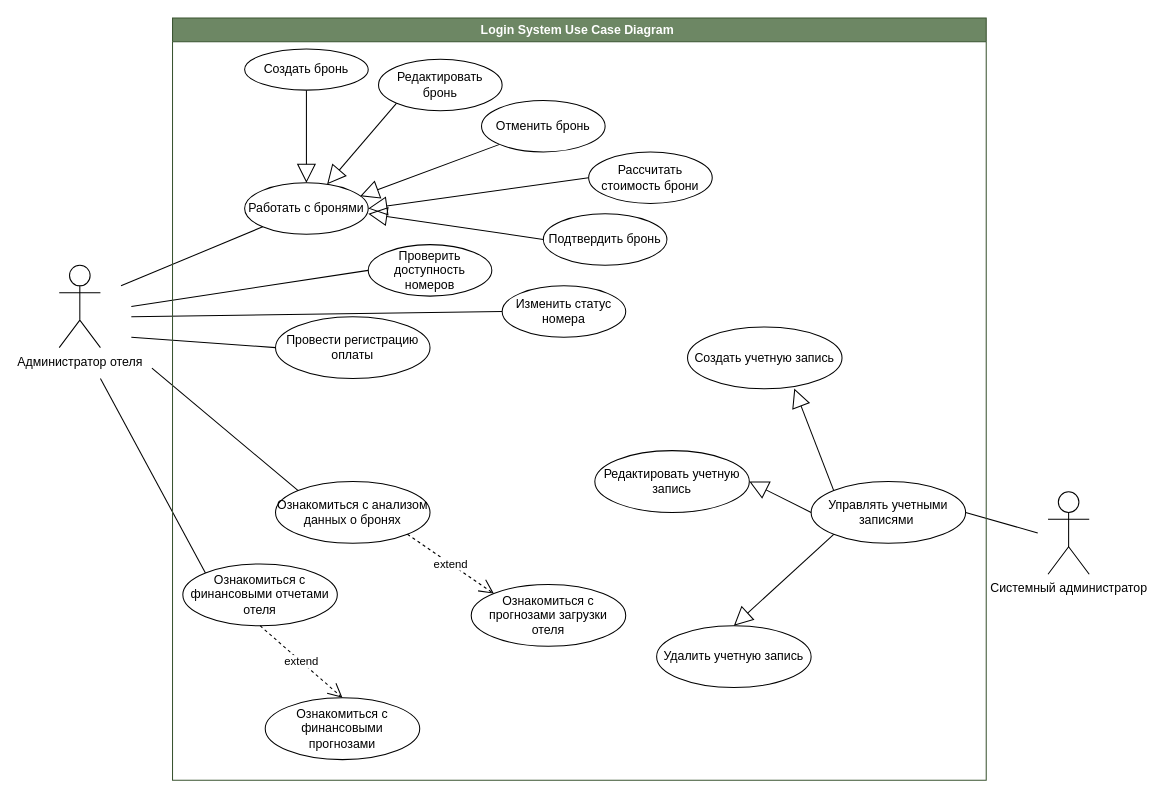
Earlier version of the draw.io diagram Диаграмма вариантов использования.drawio (glycineforte/hotel_arm). Source tidied: cells renumbered, new cells numbered last; positions are measured from the earlier drawing's top-left corner, leaving out a move shared by most shapes. Both pictures are drawn from the tidied source at 103%, with x=0, y=0 at pixel (59, 18).
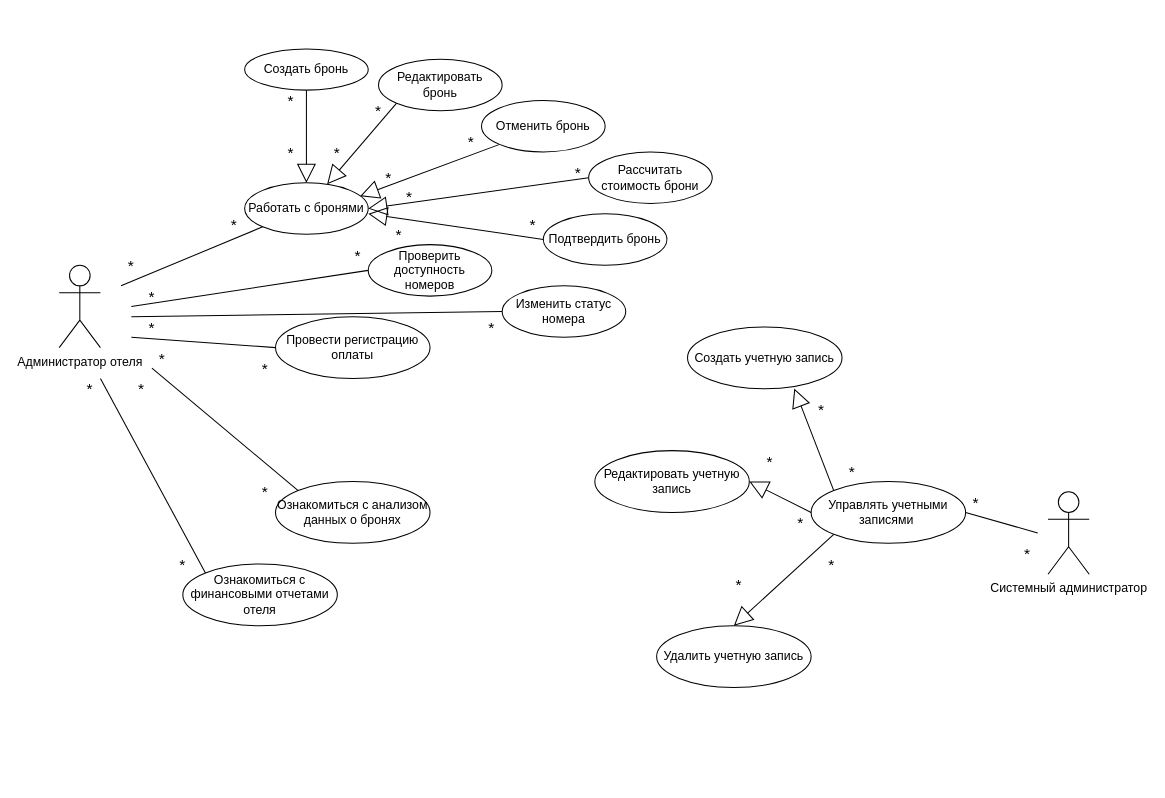
The same page after the edit.

Unchanged cells that the change refers to:
```xml
<mxCell id="7" value="Ознакомиться с анализом данных о бронях" style="ellipse;whiteSpace=wrap;html=1;" parent="1" vertex="1">
  <mxGeometry x="210" y="450" width="150" height="60" as="geometry" />
</mxCell>
<mxCell id="9" value="Ознакомиться с финансовыми отчетами отеля" style="ellipse;whiteSpace=wrap;html=1;" parent="1" vertex="1">
  <mxGeometry x="120" y="530" width="150" height="60" as="geometry" />
</mxCell>
```

The edit, as a diff of the source:
```diff
@@
-    <mxCell id="8" value="Ознакомиться с прогнозами загрузки отеля" style="ellipse;whiteSpace=wrap;html=1;" parent="1" vertex="1">
-      <mxGeometry x="400" y="550" width="150" height="60" as="geometry" />
-    </mxCell>
@@
-    <mxCell id="10" value="Ознакомиться с финансовыми &lt;br&gt;прогнозами" style="ellipse;whiteSpace=wrap;html=1;" parent="1" vertex="1">
-      <mxGeometry x="200" y="660" width="150" height="60" as="geometry" />
-    </mxCell>
@@
-    <mxCell id="24" value="extend" style="endArrow=open;endSize=12;dashed=1;html=1;rounded=0;exitX=0.5;exitY=1;exitDx=0;exitDy=0;entryX=0.5;entryY=0;entryDx=0;entryDy=0;" parent="1" edge="1" source="9" target="10">
-      <mxGeometry relative="1" as="geometry" />
-    </mxCell>
@@
-    <mxCell id="26" value="extend" style="endArrow=open;endSize=12;dashed=1;html=1;rounded=0;exitX=1;exitY=1;exitDx=0;exitDy=0;entryX=0;entryY=0;entryDx=0;entryDy=0;" parent="1" edge="1" source="7" target="8">
-      <mxGeometry relative="1" as="geometry" />
-    </mxCell>
@@
-    <mxCell id="31" value="Login System Use Case Diagram&amp;nbsp;" style="swimlane;whiteSpace=wrap;html=1;fillColor=#6d8764;fontColor=#ffffff;strokeColor=#3A5431;" parent="1" vertex="1">
-      <mxGeometry x="110" width="790" height="740" as="geometry" />
-    </mxCell>
+    <mxCell id="38" style="endArrow=block;endSize=16;endFill=0;html=1;rounded=0;exitX=0;exitY=0.5;exitDx=0;exitDy=0;" parent="1" edge="1" source="33">
+      <mxGeometry relative="1" as="geometry">
+        <mxPoint x="300" y="190" as="targetPoint" />
+      </mxGeometry>
+    </mxCell>
-    <mxCell id="32" value="Провести регистрацию оплаты" style="ellipse;whiteSpace=wrap;html=1;" parent="31" vertex="1">
-      <mxGeometry x="100" y="290" width="150" height="60" as="geometry" />
+    <mxCell id="32" value="Провести регистрацию оплаты" style="ellipse;whiteSpace=wrap;html=1;" parent="1" vertex="1">
+      <mxGeometry x="210" y="290" width="150" height="60" as="geometry" />
     </mxCell>
-    <mxCell id="33" value="Подтвердить бронь" style="ellipse;whiteSpace=wrap;html=1;" parent="31" vertex="1">
-      <mxGeometry x="360" y="190" width="120" height="50" as="geometry" />
+    <mxCell id="33" value="Подтвердить бронь" style="ellipse;whiteSpace=wrap;html=1;" parent="1" vertex="1">
+      <mxGeometry x="470" y="190" width="120" height="50" as="geometry" />
     </mxCell>
-    <mxCell id="34" value="Создать бронь" style="ellipse;whiteSpace=wrap;html=1;" parent="31" vertex="1">
-      <mxGeometry x="70" y="30" width="120" height="40" as="geometry" />
+    <mxCell id="34" value="Создать бронь" style="ellipse;whiteSpace=wrap;html=1;" parent="1" vertex="1">
+      <mxGeometry x="180" y="30" width="120" height="40" as="geometry" />
     </mxCell>
-    <mxCell id="35" value="Редактировать бронь" style="ellipse;whiteSpace=wrap;html=1;" parent="31" vertex="1">
-      <mxGeometry x="200" y="40" width="120" height="50" as="geometry" />
+    <mxCell id="35" value="Редактировать бронь" style="ellipse;whiteSpace=wrap;html=1;" parent="1" vertex="1">
+      <mxGeometry x="310" y="40" width="120" height="50" as="geometry" />
     </mxCell>
-    <mxCell id="36" value="Отменить бронь" style="ellipse;whiteSpace=wrap;html=1;" parent="31" vertex="1">
-      <mxGeometry x="300" y="80" width="120" height="50" as="geometry" />
+    <mxCell id="36" value="Отменить бронь" style="ellipse;whiteSpace=wrap;html=1;" parent="1" vertex="1">
+      <mxGeometry x="410" y="80" width="120" height="50" as="geometry" />
     </mxCell>
-    <mxCell id="37" value="Рассчитать стоимость брони" style="ellipse;whiteSpace=wrap;html=1;" parent="31" vertex="1">
-      <mxGeometry x="404" y="130" width="120" height="50" as="geometry" />
+    <mxCell id="37" value="Рассчитать стоимость брони" style="ellipse;whiteSpace=wrap;html=1;" parent="1" vertex="1">
+      <mxGeometry x="514" y="130" width="120" height="50" as="geometry" />
     </mxCell>
-    <mxCell id="38" style="endArrow=block;endSize=16;endFill=0;html=1;rounded=0;exitX=0;exitY=0.5;exitDx=0;exitDy=0;" parent="1" edge="1" source="33">
-      <mxGeometry relative="1" as="geometry">
-        <mxPoint x="300" y="190" as="targetPoint" />
-      </mxGeometry>
-    </mxCell>
+    <mxCell id="39" value="&lt;font style=&quot;font-size: 15px;&quot;&gt;*&lt;/font&gt;" style="text;html=1;align=center;verticalAlign=middle;whiteSpace=wrap;rounded=0;" parent="1" vertex="1">
+      <mxGeometry x="20" y="350" width="20" height="20" as="geometry" />
+    </mxCell>
+    <mxCell id="40" value="&lt;font style=&quot;font-size: 15px;&quot;&gt;*&lt;/font&gt;" style="text;html=1;align=center;verticalAlign=middle;whiteSpace=wrap;rounded=0;" parent="1" vertex="1">
+      <mxGeometry x="110" y="520" width="20" height="20" as="geometry" />
+    </mxCell>
+    <mxCell id="41" value="&lt;font style=&quot;font-size: 15px;&quot;&gt;*&lt;/font&gt;" style="text;html=1;align=center;verticalAlign=middle;whiteSpace=wrap;rounded=0;" parent="1" vertex="1">
+      <mxGeometry x="70" y="350" width="20" height="20" as="geometry" />
+    </mxCell>
+    <mxCell id="42" value="&lt;font style=&quot;font-size: 15px;&quot;&gt;*&lt;/font&gt;" style="text;html=1;align=center;verticalAlign=middle;whiteSpace=wrap;rounded=0;" parent="1" vertex="1">
+      <mxGeometry x="190" y="450" width="20" height="20" as="geometry" />
+    </mxCell>
+    <mxCell id="43" value="&lt;font style=&quot;font-size: 15px;&quot;&gt;*&lt;/font&gt;" style="text;html=1;align=center;verticalAlign=middle;whiteSpace=wrap;rounded=0;" parent="1" vertex="1">
+      <mxGeometry x="90" y="320" width="20" height="20" as="geometry" />
+    </mxCell>
+    <mxCell id="44" value="&lt;font style=&quot;font-size: 15px;&quot;&gt;*&lt;/font&gt;" style="text;html=1;align=center;verticalAlign=middle;whiteSpace=wrap;rounded=0;" parent="1" vertex="1">
+      <mxGeometry x="190" y="330" width="20" height="20" as="geometry" />
+    </mxCell>
+    <mxCell id="45" value="&lt;font style=&quot;font-size: 15px;&quot;&gt;*&lt;/font&gt;" style="text;html=1;align=center;verticalAlign=middle;whiteSpace=wrap;rounded=0;" parent="1" vertex="1">
+      <mxGeometry x="80" y="290" width="20" height="20" as="geometry" />
+    </mxCell>
+    <mxCell id="46" value="&lt;font style=&quot;font-size: 15px;&quot;&gt;*&lt;/font&gt;" style="text;html=1;align=center;verticalAlign=middle;whiteSpace=wrap;rounded=0;" parent="1" vertex="1">
+      <mxGeometry x="410" y="290" width="20" height="20" as="geometry" />
+    </mxCell>
+    <mxCell id="47" value="&lt;font style=&quot;font-size: 15px;&quot;&gt;*&lt;/font&gt;" style="text;html=1;align=center;verticalAlign=middle;whiteSpace=wrap;rounded=0;" parent="1" vertex="1">
+      <mxGeometry x="80" y="260" width="20" height="20" as="geometry" />
+    </mxCell>
+    <mxCell id="48" value="&lt;font style=&quot;font-size: 15px;&quot;&gt;*&lt;/font&gt;" style="text;html=1;align=center;verticalAlign=middle;whiteSpace=wrap;rounded=0;" parent="1" vertex="1">
+      <mxGeometry x="280" y="220" width="20" height="20" as="geometry" />
+    </mxCell>
+    <mxCell id="49" value="&lt;font style=&quot;font-size: 15px;&quot;&gt;*&lt;/font&gt;" style="text;html=1;align=center;verticalAlign=middle;whiteSpace=wrap;rounded=0;" parent="1" vertex="1">
+      <mxGeometry x="60" y="230" width="20" height="20" as="geometry" />
+    </mxCell>
+    <mxCell id="50" value="&lt;font style=&quot;font-size: 15px;&quot;&gt;*&lt;/font&gt;" style="text;html=1;align=center;verticalAlign=middle;whiteSpace=wrap;rounded=0;" parent="1" vertex="1">
+      <mxGeometry x="160" y="190" width="20" height="20" as="geometry" />
+    </mxCell>
+    <mxCell id="51" value="&lt;font style=&quot;font-size: 15px;&quot;&gt;*&lt;/font&gt;" style="text;html=1;align=center;verticalAlign=middle;whiteSpace=wrap;rounded=0;" parent="1" vertex="1">
+      <mxGeometry x="730" y="370" width="20" height="20" as="geometry" />
+    </mxCell>
+    <mxCell id="52" value="&lt;font style=&quot;font-size: 15px;&quot;&gt;*&lt;/font&gt;" style="text;html=1;align=center;verticalAlign=middle;whiteSpace=wrap;rounded=0;" parent="1" vertex="1">
+      <mxGeometry x="760" y="430" width="20" height="20" as="geometry" />
+    </mxCell>
+    <mxCell id="53" value="&lt;font style=&quot;font-size: 15px;&quot;&gt;*&lt;/font&gt;" style="text;html=1;align=center;verticalAlign=middle;whiteSpace=wrap;rounded=0;" parent="1" vertex="1">
+      <mxGeometry x="680" y="420" width="20" height="20" as="geometry" />
+    </mxCell>
+    <mxCell id="54" value="&lt;font style=&quot;font-size: 15px;&quot;&gt;*&lt;/font&gt;" style="text;html=1;align=center;verticalAlign=middle;whiteSpace=wrap;rounded=0;" parent="1" vertex="1">
+      <mxGeometry x="710" y="480" width="20" height="20" as="geometry" />
+    </mxCell>
+    <mxCell id="55" value="&lt;font style=&quot;font-size: 15px;&quot;&gt;*&lt;/font&gt;" style="text;html=1;align=center;verticalAlign=middle;whiteSpace=wrap;rounded=0;" parent="1" vertex="1">
+      <mxGeometry x="650" y="540" width="20" height="20" as="geometry" />
+    </mxCell>
+    <mxCell id="56" value="&lt;font style=&quot;font-size: 15px;&quot;&gt;*&lt;/font&gt;" style="text;html=1;align=center;verticalAlign=middle;whiteSpace=wrap;rounded=0;" parent="1" vertex="1">
+      <mxGeometry x="740" y="520" width="20" height="20" as="geometry" />
+    </mxCell>
+    <mxCell id="57" value="&lt;font style=&quot;font-size: 15px;&quot;&gt;*&lt;/font&gt;" style="text;html=1;align=center;verticalAlign=middle;whiteSpace=wrap;rounded=0;" parent="1" vertex="1">
+      <mxGeometry x="880" y="460" width="20" height="20" as="geometry" />
+    </mxCell>
+    <mxCell id="58" value="&lt;font style=&quot;font-size: 15px;&quot;&gt;*&lt;/font&gt;" style="text;html=1;align=center;verticalAlign=middle;whiteSpace=wrap;rounded=0;" parent="1" vertex="1">
+      <mxGeometry x="930" y="510" width="20" height="20" as="geometry" />
+    </mxCell>
+    <mxCell id="59" value="&lt;font style=&quot;font-size: 15px;&quot;&gt;*&lt;/font&gt;" style="text;html=1;align=center;verticalAlign=middle;whiteSpace=wrap;rounded=0;" parent="1" vertex="1">
+      <mxGeometry x="215" y="70" width="20" height="20" as="geometry" />
+    </mxCell>
+    <mxCell id="60" value="&lt;font style=&quot;font-size: 15px;&quot;&gt;*&lt;/font&gt;" style="text;html=1;align=center;verticalAlign=middle;whiteSpace=wrap;rounded=0;" parent="1" vertex="1">
+      <mxGeometry x="215" y="120" width="20" height="20" as="geometry" />
+    </mxCell>
+    <mxCell id="61" value="&lt;font style=&quot;font-size: 15px;&quot;&gt;*&lt;/font&gt;" style="text;html=1;align=center;verticalAlign=middle;whiteSpace=wrap;rounded=0;" parent="1" vertex="1">
+      <mxGeometry x="300" y="80" width="20" height="20" as="geometry" />
+    </mxCell>
+    <mxCell id="62" value="&lt;font style=&quot;font-size: 15px;&quot;&gt;*&lt;/font&gt;" style="text;html=1;align=center;verticalAlign=middle;whiteSpace=wrap;rounded=0;" parent="1" vertex="1">
+      <mxGeometry x="260" y="120" width="20" height="20" as="geometry" />
+    </mxCell>
+    <mxCell id="63" value="&lt;font style=&quot;font-size: 15px;&quot;&gt;*&lt;/font&gt;" style="text;html=1;align=center;verticalAlign=middle;whiteSpace=wrap;rounded=0;" parent="1" vertex="1">
+      <mxGeometry x="390" y="110" width="20" height="20" as="geometry" />
+    </mxCell>
+    <mxCell id="64" value="&lt;font style=&quot;font-size: 15px;&quot;&gt;*&lt;/font&gt;" style="text;html=1;align=center;verticalAlign=middle;whiteSpace=wrap;rounded=0;" parent="1" vertex="1">
+      <mxGeometry x="310" y="145" width="20" height="20" as="geometry" />
+    </mxCell>
+    <mxCell id="65" value="&lt;font style=&quot;font-size: 15px;&quot;&gt;*&lt;/font&gt;" style="text;html=1;align=center;verticalAlign=middle;whiteSpace=wrap;rounded=0;" parent="1" vertex="1">
+      <mxGeometry x="494" y="140" width="20" height="20" as="geometry" />
+    </mxCell>
+    <mxCell id="66" value="&lt;font style=&quot;font-size: 15px;&quot;&gt;*&lt;/font&gt;" style="text;html=1;align=center;verticalAlign=middle;whiteSpace=wrap;rounded=0;" parent="1" vertex="1">
+      <mxGeometry x="330" y="162.5" width="20" height="20" as="geometry" />
+    </mxCell>
+    <mxCell id="67" value="&lt;font style=&quot;font-size: 15px;&quot;&gt;*&lt;/font&gt;" style="text;html=1;align=center;verticalAlign=middle;whiteSpace=wrap;rounded=0;" parent="1" vertex="1">
+      <mxGeometry x="450" y="190" width="20" height="20" as="geometry" />
+    </mxCell>
+    <mxCell id="68" value="&lt;font style=&quot;font-size: 15px;&quot;&gt;*&lt;/font&gt;" style="text;html=1;align=center;verticalAlign=middle;whiteSpace=wrap;rounded=0;" parent="1" vertex="1">
+      <mxGeometry x="320" y="200" width="20" height="20" as="geometry" />
+    </mxCell>
```
